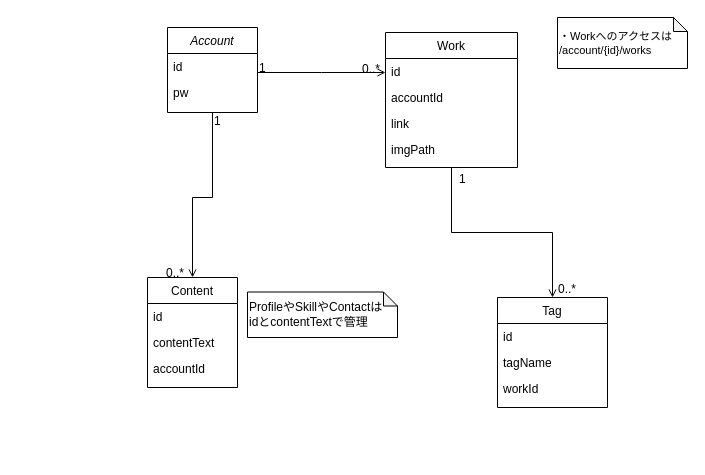
Earlier version of the draw.io diagram page "Model" (2 of 2) of docs/myportfolio-model.drawio (tonamao/myPortfolio). Source tidied: cells renumbered, new cells numbered last; positions are measured from the earlier drawing's top-left corner, leaving out a move shared by most shapes. Both pictures are drawn from the tidied source at 100%, with x=0, y=0 at pixel (147, 17).
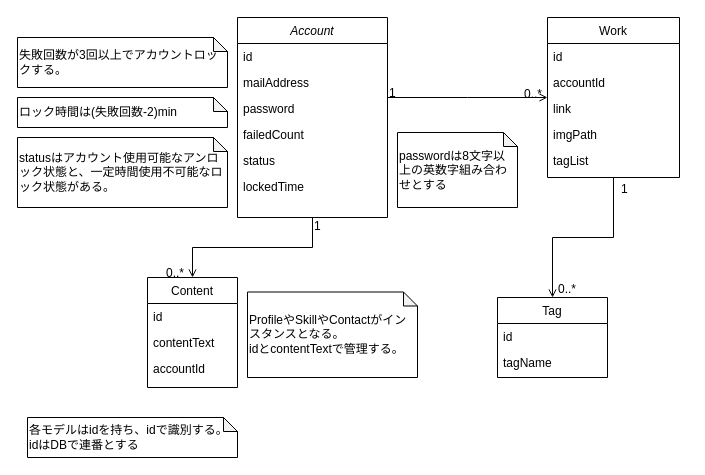
Above is the later version.

Unchanged cells that the change refers to:
```xml
<mxCell id="25" value="Content" style="swimlane;fontStyle=0;align=center;verticalAlign=top;horizontal=1;startSize=26;rounded=0;shadow=0;strokeWidth=1;" parent="1" vertex="1">
  <mxGeometry y="260" width="90" height="110" as="geometry" />
</mxCell>
```

What changed in the source:
```diff
@@
     <mxCell id="2" value="Work" style="swimlane;fontStyle=0;align=center;verticalAlign=top;horizontal=1;startSize=26;rounded=0;shadow=0;strokeWidth=1;" parent="1" vertex="1">
-      <mxGeometry x="238" y="15" width="132" height="135" as="geometry" />
+      <mxGeometry x="400" width="132" height="160" as="geometry" />
     </mxCell>
@@
+    <mxCell id="29" value="tagList" style="text;align=left;verticalAlign=top;spacingLeft=4;spacingRight=4;overflow=hidden;rounded=0;shadow=0;html=0;" parent="2" vertex="1">
+      <mxGeometry y="130" width="132" height="26" as="geometry" />
+    </mxCell>
@@
-    <mxCell id="10" value="&lt;div style=&quot;font-size: 11px&quot;&gt;・Workへのアクセスは&lt;/div&gt;&lt;div style=&quot;font-size: 11px&quot;&gt;/account/{id}/works&lt;/div&gt;" style="shape=note;whiteSpace=wrap;html=1;backgroundOutline=1;darkOpacity=0.05;size=14;align=left;" parent="1" vertex="1">
-      <mxGeometry x="410" width="130" height="51" as="geometry" />
+    <mxCell id="10" value="passwordは8文字以上の英数字組み合わせとする" style="shape=note;whiteSpace=wrap;html=1;backgroundOutline=1;darkOpacity=0.05;size=14;align=left;" parent="1" vertex="1">
+      <mxGeometry x="250" y="115" width="120" height="75" as="geometry" />
     </mxCell>
     <mxCell id="11" value="Tag" style="swimlane;fontStyle=0;align=center;verticalAlign=top;horizontal=1;startSize=26;rounded=0;shadow=0;strokeWidth=1;" parent="1" vertex="1">
-      <mxGeometry x="350" y="280" width="110" height="110" as="geometry" />
+      <mxGeometry x="350" y="280" width="110" height="80" as="geometry" />
     </mxCell>
@@
-    <mxCell id="14" value="workId" style="text;align=left;verticalAlign=top;spacingLeft=4;spacingRight=4;overflow=hidden;rounded=0;shadow=0;html=0;" parent="11" vertex="1">
-      <mxGeometry y="78" width="110" height="26" as="geometry" />
-    </mxCell>
     <mxCell id="15" style="endArrow=open;shadow=0;strokeWidth=1;rounded=0;endFill=1;edgeStyle=elbowEdgeStyle;elbow=vertical;exitX=0.5;exitY=1;exitDx=0;exitDy=0;entryX=0.5;entryY=0;entryDx=0;entryDy=0;" parent="1" edge="1" source="21" target="25">
       <mxGeometry x="0.5" y="41" relative="1" as="geometry">
         <Array as="points">
-          <mxPoint x="45" y="180" />
+          <mxPoint x="60" y="230" />
         </Array>
         <mxPoint x="-40" y="32" as="offset" />
       </mxGeometry>
     </mxCell>
@@
     <mxCell id="21" value="Account" style="swimlane;fontStyle=2;align=center;verticalAlign=top;horizontal=1;startSize=26;rounded=0;shadow=0;strokeWidth=1;" parent="1" vertex="1">
-      <mxGeometry x="20" y="10" width="90" height="85" as="geometry" />
+      <mxGeometry x="90" width="150" height="200" as="geometry" />
     </mxCell>
     <mxCell id="22" value="id" style="text;align=left;verticalAlign=top;spacingLeft=4;spacingRight=4;overflow=hidden;" parent="21" vertex="1">
-      <mxGeometry y="26" width="90" height="26" as="geometry" />
+      <mxGeometry y="26" width="150" height="26" as="geometry" />
     </mxCell>
-    <mxCell id="23" value="pw" style="text;align=left;verticalAlign=top;spacingLeft=4;spacingRight=4;overflow=hidden;rounded=0;shadow=0;html=0;" parent="21" vertex="1">
-      <mxGeometry y="52" width="90" height="26" as="geometry" />
+    <mxCell id="23" value="mailAddress" style="text;align=left;verticalAlign=top;spacingLeft=4;spacingRight=4;overflow=hidden;rounded=0;shadow=0;html=0;" parent="21" vertex="1">
+      <mxGeometry y="52" width="150" height="26" as="geometry" />
     </mxCell>
+    <mxCell id="30" value="password" style="text;align=left;verticalAlign=top;spacingLeft=4;spacingRight=4;overflow=hidden;rounded=0;shadow=0;html=0;" parent="21" vertex="1">
+      <mxGeometry y="78" width="150" height="26" as="geometry" />
+    </mxCell>
+    <mxCell id="31" value="failedCount" style="text;align=left;verticalAlign=top;spacingLeft=4;spacingRight=4;overflow=hidden;rounded=0;shadow=0;html=0;" parent="21" vertex="1">
+      <mxGeometry y="104" width="150" height="26" as="geometry" />
+    </mxCell>
+    <mxCell id="32" value="status" style="text;align=left;verticalAlign=top;spacingLeft=4;spacingRight=4;overflow=hidden;rounded=0;shadow=0;html=0;" parent="21" vertex="1">
+      <mxGeometry y="130" width="150" height="26" as="geometry" />
+    </mxCell>
+    <mxCell id="33" value="lockedTime" style="text;align=left;verticalAlign=top;spacingLeft=4;spacingRight=4;overflow=hidden;rounded=0;shadow=0;html=0;" parent="21" vertex="1">
+      <mxGeometry y="156" width="150" height="30" as="geometry" />
+    </mxCell>
-    <mxCell id="24" value="ProfileやSkillやContactは&lt;br&gt;idとcontentTextで管理" style="shape=note;whiteSpace=wrap;html=1;backgroundOutline=1;darkOpacity=0.05;size=14;align=left;" parent="1" vertex="1">
-      <mxGeometry x="100" y="274.5" width="150" height="45.5" as="geometry" />
+    <mxCell id="24" value="ProfileやSkillやContactがインスタンスとなる。&lt;br&gt;idとcontentTextで管理する。" style="shape=note;whiteSpace=wrap;html=1;backgroundOutline=1;darkOpacity=0.05;size=14;align=left;" parent="1" vertex="1">
+      <mxGeometry x="100" y="274.5" width="170" height="85.5" as="geometry" />
     </mxCell>
@@
+    <mxCell id="34" value="失敗回数が3回以上でアカウントロックする。" style="shape=note;whiteSpace=wrap;html=1;backgroundOutline=1;darkOpacity=0.05;size=14;align=left;" parent="1" vertex="1">
+      <mxGeometry x="-130" y="20" width="210" height="50" as="geometry" />
+    </mxCell>
+    <mxCell id="35" value="各モデルはidを持ち、idで識別する。&lt;br&gt;idはDBで連番とする" style="shape=note;whiteSpace=wrap;html=1;backgroundOutline=1;darkOpacity=0.05;size=14;align=left;" parent="1" vertex="1">
+      <mxGeometry x="-120" y="400" width="210" height="40" as="geometry" />
+    </mxCell>
+    <mxCell id="36" value="statusはアカウント使用可能なアンロック状態と、一定時間使用不可能なロック状態がある。" style="shape=note;whiteSpace=wrap;html=1;backgroundOutline=1;darkOpacity=0.05;size=14;align=left;" parent="1" vertex="1">
+      <mxGeometry x="-130" y="120" width="210" height="70" as="geometry" />
+    </mxCell>
+    <mxCell id="37" value="ロック時間は(失敗回数-2)min" style="shape=note;whiteSpace=wrap;html=1;backgroundOutline=1;darkOpacity=0.05;size=14;align=left;" parent="1" vertex="1">
+      <mxGeometry x="-130" y="80" width="210" height="30" as="geometry" />
+    </mxCell>
```
